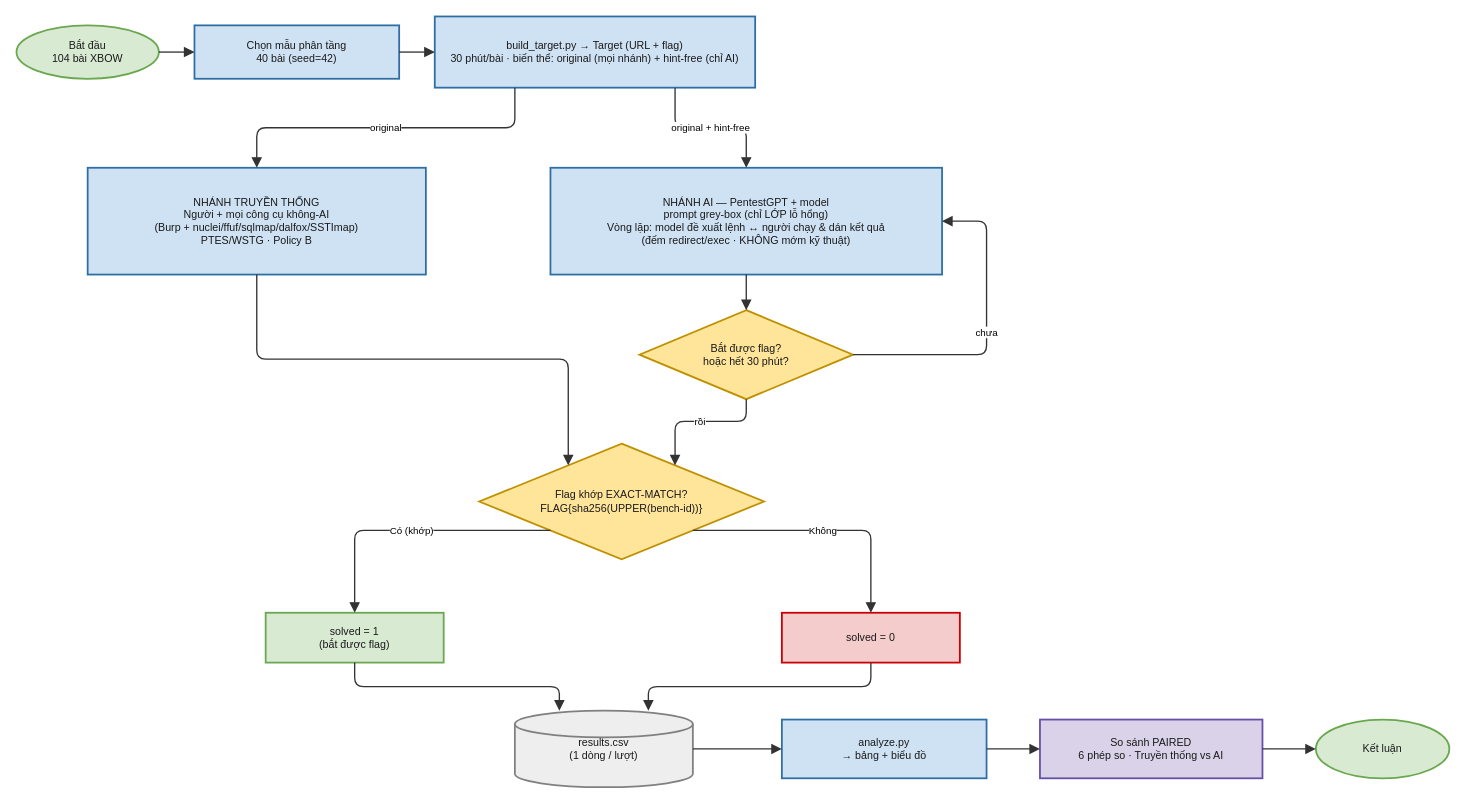
Earlier version of the draw.io diagram docs/workflow_light.drawio (VuNguyenBinh/KLTN-FA26). Source tidied: cells renumbered, new cells numbered last; positions are measured from the earlier drawing's top-left corner, leaving out a move shared by most shapes. Both pictures are drawn from the tidied source at 89%, with x=0, y=0 at pixel (16, 16).
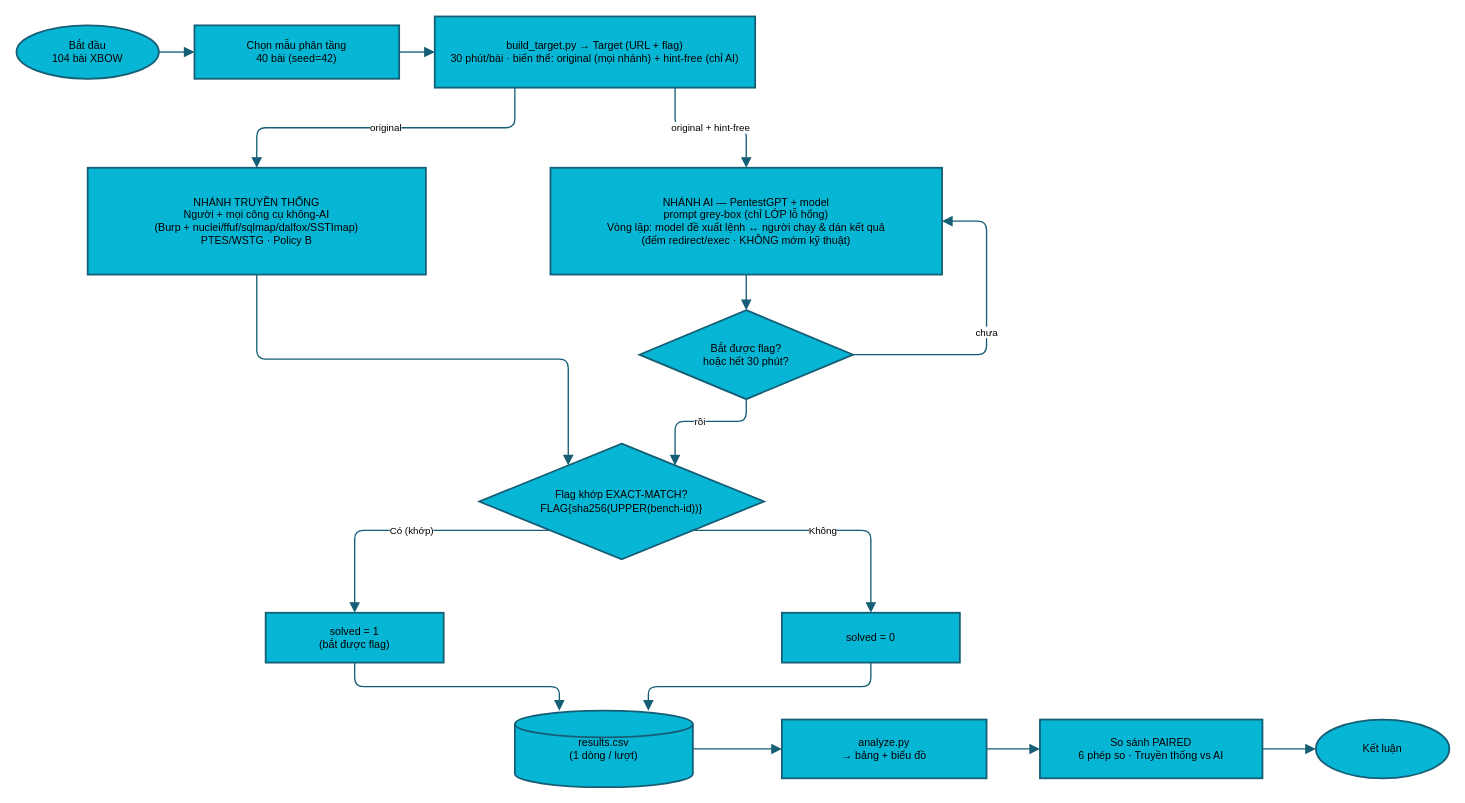
Above is the later version.

Commit message:
docs(workflow_light): uniform cyan #06B6D4 blocks, black text, soft dark border

Per request: white background, all blocks filled cyan #06B6D4, black text
(#000000), borders a soft dark cyan #155E75 (2px) instead of harsh pure
black so the dark is not too high-contrast; edges matched to #155E75.
Shapes (rhombus/cylinder/ellipse) still differentiate roles. Validated clean.

The edit, as a diff of the source:
```diff
@@
-    <mxCell id="2" value="Bắt đầu&#10;104 bài XBOW" style="ellipse;whiteSpace=wrap;html=1;convertToSvg=1;fontColor=#1a1a1a;fillColor=#d9ead3;strokeColor=#6aa84f;strokeWidth=2;" parent="1" vertex="1">
+    <mxCell id="2" value="Bắt đầu&#10;104 bài XBOW" style="ellipse;whiteSpace=wrap;html=1;convertToSvg=1;fontColor=#000000;fillColor=#06B6D4;strokeColor=#155E75;strokeWidth=2;" parent="1" vertex="1">
       <mxGeometry y="10" width="160" height="60" as="geometry" />
     </mxCell>
-    <mxCell id="3" value="Chọn mẫu phân tầng&#10;40 bài (seed=42)" style="rounded=0;whiteSpace=wrap;html=1;convertToSvg=1;fontColor=#1a1a1a;fillColor=#cfe2f3;strokeColor=#2f6ea5;strokeWidth=2;" parent="1" vertex="1">
+    <mxCell id="3" value="Chọn mẫu phân tầng&#10;40 bài (seed=42)" style="rounded=0;whiteSpace=wrap;html=1;convertToSvg=1;fontColor=#000000;fillColor=#06B6D4;strokeColor=#155E75;strokeWidth=2;" parent="1" vertex="1">
       <mxGeometry x="200" y="10" width="230" height="60" as="geometry" />
     </mxCell>
-    <mxCell id="4" value="build_target.py → Target (URL + flag)&#10;30 phút/bài · biến thể: original (mọi nhánh) + hint-free (chỉ AI)" style="rounded=0;whiteSpace=wrap;html=1;convertToSvg=1;fontColor=#1a1a1a;fillColor=#cfe2f3;strokeColor=#2f6ea5;strokeWidth=2;" parent="1" vertex="1">
+    <mxCell id="4" value="build_target.py → Target (URL + flag)&#10;30 phút/bài · biến thể: original (mọi nhánh) + hint-free (chỉ AI)" style="rounded=0;whiteSpace=wrap;html=1;convertToSvg=1;fontColor=#000000;fillColor=#06B6D4;strokeColor=#155E75;strokeWidth=2;" parent="1" vertex="1">
       <mxGeometry x="470" width="360" height="80" as="geometry" />
     </mxCell>
-    <mxCell id="5" value="NHÁNH TRUYỀN THỐNG&#10;Người + mọi công cụ không-AI&#10;(Burp + nuclei/ffuf/sqlmap/dalfox/SSTImap)&#10;PTES/WSTG · Policy B" style="rounded=0;whiteSpace=wrap;html=1;convertToSvg=1;fontColor=#1a1a1a;fillColor=#cfe2f3;strokeColor=#2f6ea5;strokeWidth=2;" parent="1" vertex="1">
+    <mxCell id="5" value="NHÁNH TRUYỀN THỐNG&#10;Người + mọi công cụ không-AI&#10;(Burp + nuclei/ffuf/sqlmap/dalfox/SSTImap)&#10;PTES/WSTG · Policy B" style="rounded=0;whiteSpace=wrap;html=1;convertToSvg=1;fontColor=#000000;fillColor=#06B6D4;strokeColor=#155E75;strokeWidth=2;" parent="1" vertex="1">
       <mxGeometry x="80" y="170" width="380" height="120" as="geometry" />
     </mxCell>
-    <mxCell id="6" value="NHÁNH AI — PentestGPT + model&#10;prompt grey-box (chỉ LỚP lỗ hổng)&#10;Vòng lặp: model đề xuất lệnh ↔ người chạy &amp; dán kết quả&#10;(đếm redirect/exec · KHÔNG mớm kỹ thuật)" style="rounded=0;whiteSpace=wrap;html=1;convertToSvg=1;fontColor=#1a1a1a;fillColor=#cfe2f3;strokeColor=#2f6ea5;strokeWidth=2;" parent="1" vertex="1">
+    <mxCell id="6" value="NHÁNH AI — PentestGPT + model&#10;prompt grey-box (chỉ LỚP lỗ hổng)&#10;Vòng lặp: model đề xuất lệnh ↔ người chạy &amp; dán kết quả&#10;(đếm redirect/exec · KHÔNG mớm kỹ thuật)" style="rounded=0;whiteSpace=wrap;html=1;convertToSvg=1;fontColor=#000000;fillColor=#06B6D4;strokeColor=#155E75;strokeWidth=2;" parent="1" vertex="1">
       <mxGeometry x="600" y="170" width="440" height="120" as="geometry" />
     </mxCell>
-    <mxCell id="7" value="Bắt được flag?&#10;hoặc hết 30 phút?" style="rhombus;whiteSpace=wrap;html=1;convertToSvg=1;fontColor=#1a1a1a;fillColor=#ffe599;strokeColor=#bf9000;strokeWidth=2;" parent="1" vertex="1">
+    <mxCell id="7" value="Bắt được flag?&#10;hoặc hết 30 phút?" style="rhombus;whiteSpace=wrap;html=1;convertToSvg=1;fontColor=#000000;fillColor=#06B6D4;strokeColor=#155E75;strokeWidth=2;" parent="1" vertex="1">
       <mxGeometry x="700" y="330" width="240" height="100" as="geometry" />
     </mxCell>
-    <mxCell id="8" value="Flag khớp EXACT-MATCH?&#10;FLAG{sha256(UPPER(bench-id))}" style="rhombus;whiteSpace=wrap;html=1;convertToSvg=1;fontColor=#1a1a1a;fillColor=#ffe599;strokeColor=#bf9000;strokeWidth=2;" parent="1" vertex="1">
+    <mxCell id="8" value="Flag khớp EXACT-MATCH?&#10;FLAG{sha256(UPPER(bench-id))}" style="rhombus;whiteSpace=wrap;html=1;convertToSvg=1;fontColor=#000000;fillColor=#06B6D4;strokeColor=#155E75;strokeWidth=2;" parent="1" vertex="1">
       <mxGeometry x="520" y="480" width="320" height="130" as="geometry" />
     </mxCell>
-    <mxCell id="9" value="solved = 1&#10;(bắt được flag)" style="rounded=0;whiteSpace=wrap;html=1;convertToSvg=1;fontColor=#1a1a1a;fillColor=#d9ead3;strokeColor=#6aa84f;strokeWidth=2;" parent="1" vertex="1">
+    <mxCell id="9" value="solved = 1&#10;(bắt được flag)" style="rounded=0;whiteSpace=wrap;html=1;convertToSvg=1;fontColor=#000000;fillColor=#06B6D4;strokeColor=#155E75;strokeWidth=2;" parent="1" vertex="1">
       <mxGeometry x="280" y="670" width="200" height="56" as="geometry" />
     </mxCell>
-    <mxCell id="10" value="solved = 0" style="rounded=0;whiteSpace=wrap;html=1;convertToSvg=1;fontColor=#1a1a1a;fillColor=#f4cccc;strokeColor=#cc0000;strokeWidth=2;" parent="1" vertex="1">
+    <mxCell id="10" value="solved = 0" style="rounded=0;whiteSpace=wrap;html=1;convertToSvg=1;fontColor=#000000;fillColor=#06B6D4;strokeColor=#155E75;strokeWidth=2;" parent="1" vertex="1">
       <mxGeometry x="860" y="670" width="200" height="56" as="geometry" />
     </mxCell>
-    <mxCell id="11" value="results.csv&#10;(1 dòng / lượt)" style="shape=cylinder3;whiteSpace=wrap;html=1;convertToSvg=1;fontColor=#1a1a1a;fillColor=#eeeeee;strokeColor=#808080;strokeWidth=2;" parent="1" vertex="1">
+    <mxCell id="11" value="results.csv&#10;(1 dòng / lượt)" style="shape=cylinder3;whiteSpace=wrap;html=1;convertToSvg=1;fontColor=#000000;fillColor=#06B6D4;strokeColor=#155E75;strokeWidth=2;" parent="1" vertex="1">
       <mxGeometry x="560" y="780" width="200" height="86" as="geometry" />
     </mxCell>
-    <mxCell id="12" value="analyze.py&#10;→ bảng + biểu đồ" style="rounded=0;whiteSpace=wrap;html=1;convertToSvg=1;fontColor=#1a1a1a;fillColor=#cfe2f3;strokeColor=#2f6ea5;strokeWidth=2;" parent="1" vertex="1">
+    <mxCell id="12" value="analyze.py&#10;→ bảng + biểu đồ" style="rounded=0;whiteSpace=wrap;html=1;convertToSvg=1;fontColor=#000000;fillColor=#06B6D4;strokeColor=#155E75;strokeWidth=2;" parent="1" vertex="1">
       <mxGeometry x="860" y="790" width="230" height="66" as="geometry" />
     </mxCell>
-    <mxCell id="13" value="So sánh PAIRED&#10;6 phép so · Truyền thống vs AI" style="rounded=0;whiteSpace=wrap;html=1;convertToSvg=1;fontColor=#1a1a1a;fillColor=#d9d2e9;strokeColor=#674ea7;strokeWidth=2;" parent="1" vertex="1">
+    <mxCell id="13" value="So sánh PAIRED&#10;6 phép so · Truyền thống vs AI" style="rounded=0;whiteSpace=wrap;html=1;convertToSvg=1;fontColor=#000000;fillColor=#06B6D4;strokeColor=#155E75;strokeWidth=2;" parent="1" vertex="1">
       <mxGeometry x="1150" y="790" width="250" height="66" as="geometry" />
     </mxCell>
-    <mxCell id="14" value="Kết luận" style="ellipse;whiteSpace=wrap;html=1;convertToSvg=1;fontColor=#1a1a1a;fillColor=#d9ead3;strokeColor=#6aa84f;strokeWidth=2;" parent="1" vertex="1">
+    <mxCell id="14" value="Kết luận" style="ellipse;whiteSpace=wrap;html=1;convertToSvg=1;fontColor=#000000;fillColor=#06B6D4;strokeColor=#155E75;strokeWidth=2;" parent="1" vertex="1">
       <mxGeometry x="1460" y="790" width="150" height="66" as="geometry" />
     </mxCell>
-    <mxCell id="15" style="edgeStyle=orthogonalEdgeStyle;rounded=1;jettySize=auto;html=1;endArrow=block;endSize=8;strokeColor=#333333;strokeWidth=1.5;exitX=1;exitY=0.5;exitDx=0;exitDy=0;entryX=0;entryY=0.5;entryDx=0;entryDy=0;" parent="1" edge="1" source="2" target="3">
+    <mxCell id="15" style="edgeStyle=orthogonalEdgeStyle;rounded=1;jettySize=auto;html=1;endArrow=block;endSize=8;strokeColor=#155E75;strokeWidth=1.5;exitX=1;exitY=0.5;exitDx=0;exitDy=0;entryX=0;entryY=0.5;entryDx=0;entryDy=0;" parent="1" edge="1" source="2" target="3">
       <mxGeometry relative="1" as="geometry" />
     </mxCell>
-    <mxCell id="16" style="edgeStyle=orthogonalEdgeStyle;rounded=1;jettySize=auto;html=1;endArrow=block;endSize=8;strokeColor=#333333;strokeWidth=1.5;exitX=1;exitY=0.5;exitDx=0;exitDy=0;entryX=0;entryY=0.5;entryDx=0;entryDy=0;" parent="1" edge="1" source="3" target="4">
+    <mxCell id="16" style="edgeStyle=orthogonalEdgeStyle;rounded=1;jettySize=auto;html=1;endArrow=block;endSize=8;strokeColor=#155E75;strokeWidth=1.5;exitX=1;exitY=0.5;exitDx=0;exitDy=0;entryX=0;entryY=0.5;entryDx=0;entryDy=0;" parent="1" edge="1" source="3" target="4">
       <mxGeometry relative="1" as="geometry" />
     </mxCell>
-    <mxCell id="17" value="original" style="edgeStyle=orthogonalEdgeStyle;rounded=1;jettySize=auto;html=1;endArrow=block;endSize=8;strokeColor=#333333;strokeWidth=1.5;exitX=0.25;exitY=1;exitDx=0;exitDy=0;entryX=0.5;entryY=0;entryDx=0;entryDy=0;" parent="1" edge="1" source="4" target="5">
+    <mxCell id="17" value="original" style="edgeStyle=orthogonalEdgeStyle;rounded=1;jettySize=auto;html=1;endArrow=block;endSize=8;strokeColor=#155E75;strokeWidth=1.5;exitX=0.25;exitY=1;exitDx=0;exitDy=0;entryX=0.5;entryY=0;entryDx=0;entryDy=0;" parent="1" edge="1" source="4" target="5">
       <mxGeometry relative="1" as="geometry" />
     </mxCell>
-    <mxCell id="18" value="original + hint-free" style="edgeStyle=orthogonalEdgeStyle;rounded=1;jettySize=auto;html=1;endArrow=block;endSize=8;strokeColor=#333333;strokeWidth=1.5;exitX=0.75;exitY=1;exitDx=0;exitDy=0;entryX=0.5;entryY=0;entryDx=0;entryDy=0;" parent="1" edge="1" source="4" target="6">
+    <mxCell id="18" value="original + hint-free" style="edgeStyle=orthogonalEdgeStyle;rounded=1;jettySize=auto;html=1;endArrow=block;endSize=8;strokeColor=#155E75;strokeWidth=1.5;exitX=0.75;exitY=1;exitDx=0;exitDy=0;entryX=0.5;entryY=0;entryDx=0;entryDy=0;" parent="1" edge="1" source="4" target="6">
       <mxGeometry relative="1" as="geometry" />
     </mxCell>
-    <mxCell id="19" style="edgeStyle=orthogonalEdgeStyle;rounded=1;jettySize=auto;html=1;endArrow=block;endSize=8;strokeColor=#333333;strokeWidth=1.5;exitX=0.5;exitY=1;exitDx=0;exitDy=0;entryX=0.2;entryY=0;entryDx=0;entryDy=0;" parent="1" edge="1" source="5" target="8">
+    <mxCell id="19" style="edgeStyle=orthogonalEdgeStyle;rounded=1;jettySize=auto;html=1;endArrow=block;endSize=8;strokeColor=#155E75;strokeWidth=1.5;exitX=0.5;exitY=1;exitDx=0;exitDy=0;entryX=0.2;entryY=0;entryDx=0;entryDy=0;" parent="1" edge="1" source="5" target="8">
       <mxGeometry relative="1" as="geometry" />
     </mxCell>
-    <mxCell id="20" style="edgeStyle=orthogonalEdgeStyle;rounded=1;jettySize=auto;html=1;endArrow=block;endSize=8;strokeColor=#333333;strokeWidth=1.5;exitX=0.5;exitY=1;exitDx=0;exitDy=0;entryX=0.5;entryY=0;entryDx=0;entryDy=0;" parent="1" edge="1" source="6" target="7">
+    <mxCell id="20" style="edgeStyle=orthogonalEdgeStyle;rounded=1;jettySize=auto;html=1;endArrow=block;endSize=8;strokeColor=#155E75;strokeWidth=1.5;exitX=0.5;exitY=1;exitDx=0;exitDy=0;entryX=0.5;entryY=0;entryDx=0;entryDy=0;" parent="1" edge="1" source="6" target="7">
       <mxGeometry relative="1" as="geometry" />
     </mxCell>
-    <mxCell id="21" value="chưa" style="edgeStyle=orthogonalEdgeStyle;rounded=1;jettySize=auto;html=1;endArrow=block;endSize=8;strokeColor=#333333;strokeWidth=1.5;exitX=1;exitY=0.5;exitDx=0;exitDy=0;entryX=1;entryY=0.5;entryDx=0;entryDy=0;" parent="1" edge="1" source="7" target="6">
+    <mxCell id="21" value="chưa" style="edgeStyle=orthogonalEdgeStyle;rounded=1;jettySize=auto;html=1;endArrow=block;endSize=8;strokeColor=#155E75;strokeWidth=1.5;exitX=1;exitY=0.5;exitDx=0;exitDy=0;entryX=1;entryY=0.5;entryDx=0;entryDy=0;" parent="1" edge="1" source="7" target="6">
       <mxGeometry relative="1" as="geometry">
         <Array as="points">
           <mxPoint x="1090" y="380" />
           <mxPoint x="1090" y="230" />
         </Array>
       </mxGeometry>
     </mxCell>
-    <mxCell id="22" value="rồi" style="edgeStyle=orthogonalEdgeStyle;rounded=1;jettySize=auto;html=1;endArrow=block;endSize=8;strokeColor=#333333;strokeWidth=1.5;exitX=0.5;exitY=1;exitDx=0;exitDy=0;entryX=0.8;entryY=0;entryDx=0;entryDy=0;" parent="1" edge="1" source="7" target="8">
+    <mxCell id="22" value="rồi" style="edgeStyle=orthogonalEdgeStyle;rounded=1;jettySize=auto;html=1;endArrow=block;endSize=8;strokeColor=#155E75;strokeWidth=1.5;exitX=0.5;exitY=1;exitDx=0;exitDy=0;entryX=0.8;entryY=0;entryDx=0;entryDy=0;" parent="1" edge="1" source="7" target="8">
       <mxGeometry relative="1" as="geometry" />
     </mxCell>
-    <mxCell id="23" value="Có (khớp)" style="edgeStyle=orthogonalEdgeStyle;rounded=1;jettySize=auto;html=1;endArrow=block;endSize=8;strokeColor=#333333;strokeWidth=1.5;exitX=0.25;exitY=0.75;exitDx=0;exitDy=0;entryX=0.5;entryY=0;entryDx=0;entryDy=0;" parent="1" edge="1" source="8" target="9">
+    <mxCell id="23" value="Có (khớp)" style="edgeStyle=orthogonalEdgeStyle;rounded=1;jettySize=auto;html=1;endArrow=block;endSize=8;strokeColor=#155E75;strokeWidth=1.5;exitX=0.25;exitY=0.75;exitDx=0;exitDy=0;entryX=0.5;entryY=0;entryDx=0;entryDy=0;" parent="1" edge="1" source="8" target="9">
       <mxGeometry relative="1" as="geometry" />
     </mxCell>
-    <mxCell id="24" value="Không" style="edgeStyle=orthogonalEdgeStyle;rounded=1;jettySize=auto;html=1;endArrow=block;endSize=8;strokeColor=#333333;strokeWidth=1.5;exitX=0.75;exitY=0.75;exitDx=0;exitDy=0;entryX=0.5;entryY=0;entryDx=0;entryDy=0;" parent="1" edge="1" source="8" target="10">
+    <mxCell id="24" value="Không" style="edgeStyle=orthogonalEdgeStyle;rounded=1;jettySize=auto;html=1;endArrow=block;endSize=8;strokeColor=#155E75;strokeWidth=1.5;exitX=0.75;exitY=0.75;exitDx=0;exitDy=0;entryX=0.5;entryY=0;entryDx=0;entryDy=0;" parent="1" edge="1" source="8" target="10">
       <mxGeometry relative="1" as="geometry" />
     </mxCell>
-    <mxCell id="25" style="edgeStyle=orthogonalEdgeStyle;rounded=1;jettySize=auto;html=1;endArrow=block;endSize=8;strokeColor=#333333;strokeWidth=1.5;exitX=0.5;exitY=1;exitDx=0;exitDy=0;entryX=0.25;entryY=0;entryDx=0;entryDy=0;" parent="1" edge="1" source="9" target="11">
+    <mxCell id="25" style="edgeStyle=orthogonalEdgeStyle;rounded=1;jettySize=auto;html=1;endArrow=block;endSize=8;strokeColor=#155E75;strokeWidth=1.5;exitX=0.5;exitY=1;exitDx=0;exitDy=0;entryX=0.25;entryY=0;entryDx=0;entryDy=0;" parent="1" edge="1" source="9" target="11">
       <mxGeometry relative="1" as="geometry" />
     </mxCell>
-    <mxCell id="26" style="edgeStyle=orthogonalEdgeStyle;rounded=1;jettySize=auto;html=1;endArrow=block;endSize=8;strokeColor=#333333;strokeWidth=1.5;exitX=0.5;exitY=1;exitDx=0;exitDy=0;entryX=0.75;entryY=0;entryDx=0;entryDy=0;" parent="1" edge="1" source="10" target="11">
+    <mxCell id="26" style="edgeStyle=orthogonalEdgeStyle;rounded=1;jettySize=auto;html=1;endArrow=block;endSize=8;strokeColor=#155E75;strokeWidth=1.5;exitX=0.5;exitY=1;exitDx=0;exitDy=0;entryX=0.75;entryY=0;entryDx=0;entryDy=0;" parent="1" edge="1" source="10" target="11">
       <mxGeometry relative="1" as="geometry" />
     </mxCell>
-    <mxCell id="27" style="edgeStyle=orthogonalEdgeStyle;rounded=1;jettySize=auto;html=1;endArrow=block;endSize=8;strokeColor=#333333;strokeWidth=1.5;exitX=1;exitY=0.5;exitDx=0;exitDy=0;entryX=0;entryY=0.5;entryDx=0;entryDy=0;" parent="1" edge="1" source="11" target="12">
+    <mxCell id="27" style="edgeStyle=orthogonalEdgeStyle;rounded=1;jettySize=auto;html=1;endArrow=block;endSize=8;strokeColor=#155E75;strokeWidth=1.5;exitX=1;exitY=0.5;exitDx=0;exitDy=0;entryX=0;entryY=0.5;entryDx=0;entryDy=0;" parent="1" edge="1" source="11" target="12">
       <mxGeometry relative="1" as="geometry" />
     </mxCell>
-    <mxCell id="28" style="edgeStyle=orthogonalEdgeStyle;rounded=1;jettySize=auto;html=1;endArrow=block;endSize=8;strokeColor=#333333;strokeWidth=1.5;exitX=1;exitY=0.5;exitDx=0;exitDy=0;entryX=0;entryY=0.5;entryDx=0;entryDy=0;" parent="1" edge="1" source="12" target="13">
+    <mxCell id="28" style="edgeStyle=orthogonalEdgeStyle;rounded=1;jettySize=auto;html=1;endArrow=block;endSize=8;strokeColor=#155E75;strokeWidth=1.5;exitX=1;exitY=0.5;exitDx=0;exitDy=0;entryX=0;entryY=0.5;entryDx=0;entryDy=0;" parent="1" edge="1" source="12" target="13">
       <mxGeometry relative="1" as="geometry" />
     </mxCell>
-    <mxCell id="29" style="edgeStyle=orthogonalEdgeStyle;rounded=1;jettySize=auto;html=1;endArrow=block;endSize=8;strokeColor=#333333;strokeWidth=1.5;exitX=1;exitY=0.5;exitDx=0;exitDy=0;entryX=0;entryY=0.5;entryDx=0;entryDy=0;" parent="1" edge="1" source="13" target="14">
+    <mxCell id="29" style="edgeStyle=orthogonalEdgeStyle;rounded=1;jettySize=auto;html=1;endArrow=block;endSize=8;strokeColor=#155E75;strokeWidth=1.5;exitX=1;exitY=0.5;exitDx=0;exitDy=0;entryX=0;entryY=0.5;entryDx=0;entryDy=0;" parent="1" edge="1" source="13" target="14">
       <mxGeometry relative="1" as="geometry" />
     </mxCell>
```
